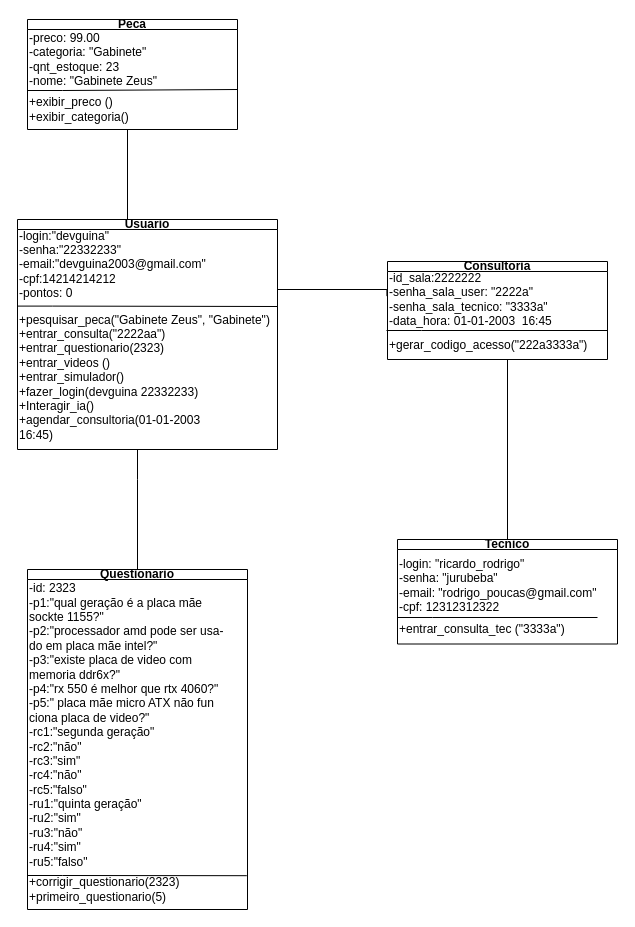
Before: page "Page-12" (12 of 12) of Diagrama sem nome.drawio in devguina/CEFET-Software_Engineering, a draw.io diagram. Source tidied: cells renumbered, new cells numbered last; positions are measured from the earlier drawing's top-left corner, leaving out a move shared by most shapes. Both pictures are drawn from the tidied source at 100%, with x=0, y=0 at pixel (17, 19).
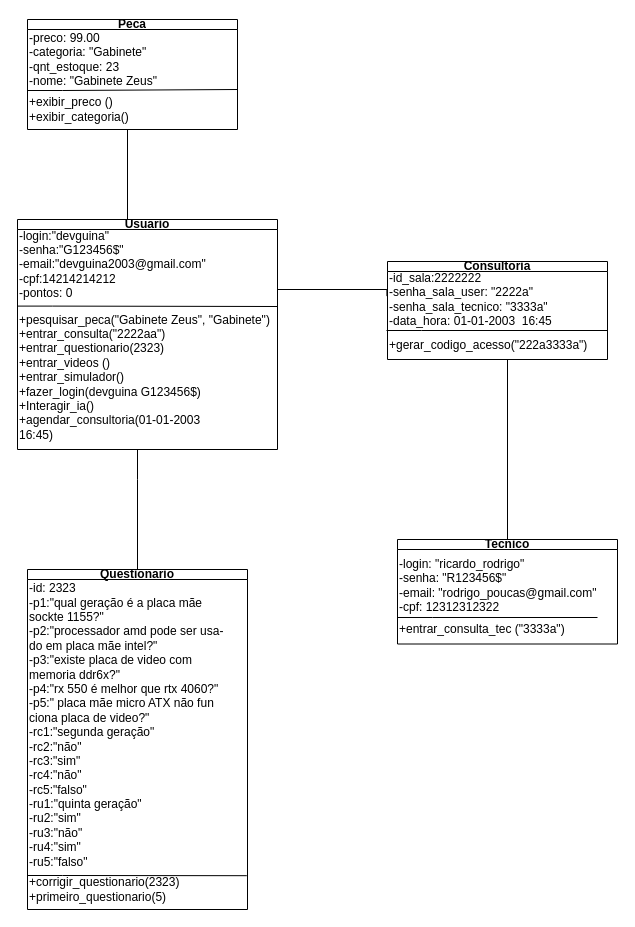
Above is the later version.

The change refers to these unchanged cells:
```xml
<mxCell id="3" value="Usuario" style="swimlane;whiteSpace=wrap;html=1;startSize=10;" parent="1" vertex="1">
  <mxGeometry y="200" width="260" height="230" as="geometry" />
</mxCell>
<mxCell id="15" value="Tecnico" style="swimlane;whiteSpace=wrap;html=1;startSize=10;" parent="1" vertex="1">
  <mxGeometry x="380" y="520" width="220" height="104.5" as="geometry" />
</mxCell>
```

The edit, as a diff of the source:
```diff
@@
-    <mxCell id="4" value="+pesquisar_peca(&quot;&lt;span style=&quot;text-wrap: nowrap;&quot;&gt;Gabinete Zeus&quot;, &quot;Gabinete&quot;&lt;/span&gt;)&lt;div&gt;+entrar_consulta(&quot;2222aa&quot;)&lt;/div&gt;&lt;div&gt;+entrar_questionario(2323)&lt;/div&gt;&lt;div&gt;+entrar_videos ()&lt;/div&gt;&lt;div&gt;+entrar_simulador()&lt;/div&gt;&lt;div&gt;+fazer_login(devguina 22332233)&lt;/div&gt;&lt;div&gt;+Interagir_ia()&lt;/div&gt;&lt;div&gt;+agendar_consultoria(&lt;span style=&quot;text-wrap: nowrap;&quot;&gt;01-01-2003&amp;nbsp;&amp;nbsp;&lt;/span&gt;&lt;/div&gt;&lt;div&gt;&lt;span style=&quot;text-wrap: nowrap;&quot;&gt;16:45&lt;/span&gt;)&lt;/div&gt;&lt;div&gt;&lt;br&gt;&lt;/div&gt;" style="text;html=1;align=left;verticalAlign=middle;whiteSpace=wrap;rounded=0;" parent="3" vertex="1">
+    <mxCell id="4" value="+pesquisar_peca(&quot;&lt;span style=&quot;text-wrap: nowrap;&quot;&gt;Gabinete Zeus&quot;, &quot;Gabinete&quot;&lt;/span&gt;)&lt;div&gt;+entrar_consulta(&quot;2222aa&quot;)&lt;/div&gt;&lt;div&gt;+entrar_questionario(2323)&lt;/div&gt;&lt;div&gt;+entrar_videos ()&lt;/div&gt;&lt;div&gt;+entrar_simulador()&lt;/div&gt;&lt;div&gt;+fazer_login(devguina&amp;nbsp;&lt;span style=&quot;text-wrap: nowrap;&quot;&gt;G123456$&lt;/span&gt;)&lt;/div&gt;&lt;div&gt;+Interagir_ia()&lt;/div&gt;&lt;div&gt;+agendar_consultoria(&lt;span style=&quot;text-wrap: nowrap;&quot;&gt;01-01-2003&amp;nbsp;&amp;nbsp;&lt;/span&gt;&lt;/div&gt;&lt;div&gt;&lt;span style=&quot;text-wrap: nowrap;&quot;&gt;16:45&lt;/span&gt;)&lt;/div&gt;&lt;div&gt;&lt;br&gt;&lt;/div&gt;" style="text;html=1;align=left;verticalAlign=middle;whiteSpace=wrap;rounded=0;" parent="3" vertex="1">
       <mxGeometry y="120" width="210" height="90" as="geometry" />
     </mxCell>
-    <mxCell id="5" value="&lt;div&gt;-login:&quot;devguina&quot;&lt;/div&gt;&lt;div&gt;-senha:&quot;22332233&quot;&lt;/div&gt;&lt;div&gt;-email:&quot;devguina2003@gmail.com&quot;&lt;/div&gt;&lt;div&gt;-cpf:14214214212&lt;/div&gt;&lt;div&gt;-pontos: 0&lt;/div&gt;" style="text;html=1;align=left;verticalAlign=middle;strokeColor=none;fillColor=none;" parent="3" vertex="1">
+    <mxCell id="5" value="&lt;div&gt;-login:&quot;devguina&quot;&lt;/div&gt;&lt;div&gt;-senha:&quot;G123456$&quot;&lt;/div&gt;&lt;div&gt;-email:&quot;devguina2003@gmail.com&quot;&lt;/div&gt;&lt;div&gt;-cpf:14214214212&lt;/div&gt;&lt;div&gt;-pontos: 0&lt;/div&gt;" style="text;html=1;align=left;verticalAlign=middle;strokeColor=none;fillColor=none;" parent="3" vertex="1">
       <mxGeometry width="210" height="90" as="geometry" />
     </mxCell>
@@
-    <mxCell id="16" value="&lt;div&gt;-login: &quot;ricardo_rodrigo&quot;&lt;/div&gt;&lt;div&gt;-senha: &quot;jurubeba&quot;&lt;/div&gt;&lt;div&gt;-email: &quot;rodrigo_poucas@gmail.com&quot;&lt;/div&gt;&lt;div&gt;-cpf: 12312312322&lt;/div&gt;" style="text;html=1;align=left;verticalAlign=middle;strokeColor=none;fillColor=none;" parent="15" vertex="1">
+    <mxCell id="16" value="&lt;div&gt;-login: &quot;ricardo_rodrigo&quot;&lt;/div&gt;&lt;div&gt;-senha: &quot;R123456$&quot;&lt;/div&gt;&lt;div&gt;-email: &quot;rodrigo_poucas@gmail.com&quot;&lt;/div&gt;&lt;div&gt;-cpf: 12312312322&lt;/div&gt;" style="text;html=1;align=left;verticalAlign=middle;strokeColor=none;fillColor=none;" parent="15" vertex="1">
       <mxGeometry y="10.5" width="220" height="70" as="geometry" />
     </mxCell>
```
